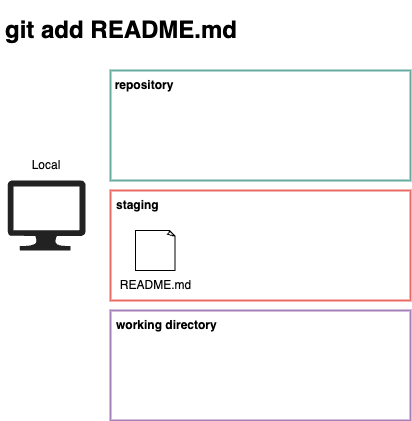
Above: img/01_Start_Git_git-add.png in s-iwakawa/Git_GitHub_Slides (draw.io), before the change. Source tidied: cells renumbered, new cells last; positions are measured from the earlier drawing's top-left corner, leaving out a move shared by most shapes.
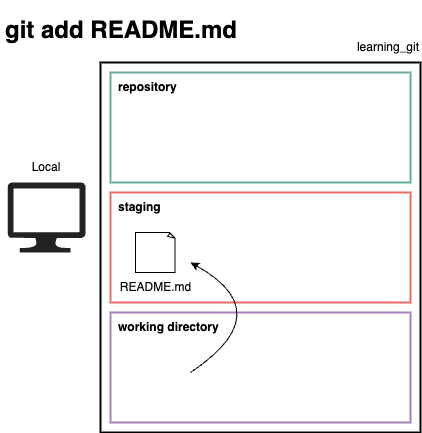
After the change.

The edit, as a diff of the source:
```diff
@@ -2,38 +2,53 @@
   <root>
     <mxCell id="0" />
     <mxCell id="1" parent="0" />
-    <mxCell id="2" style="rounded=0;whiteSpace=wrap;html=1;strokeWidth=2;strokeColor=#67AB9F;" parent="1" vertex="1">
-      <mxGeometry x="110" y="60" width="300" height="110" as="geometry" />
+    <mxCell id="2" style="rounded=0;whiteSpace=wrap;html=1;strokeWidth=2;" parent="1" vertex="1">
+      <mxGeometry x="100" y="50" width="320" height="370" as="geometry" />
     </mxCell>
-    <mxCell id="3" style="sketch=0;shadow=0;dashed=0;html=1;strokeColor=none;labelPosition=center;verticalLabelPosition=bottom;verticalAlign=top;align=center;fillColor=#222222;shape=mxgraph.azure.computer;" parent="1" vertex="1">
-      <mxGeometry x="7.2" y="170" width="77.8" height="70" as="geometry" />
+    <mxCell id="3" value="learning_git" style="text;html=1;align=right;verticalAlign=middle;strokeColor=none;fillColor=none;" parent="1" vertex="1">
+      <mxGeometry x="330" y="20" width="90" height="30" as="geometry" />
     </mxCell>
-    <mxCell id="4" value="Local" style="text;html=1;strokeColor=none;fillColor=none;align=center;verticalAlign=middle;whiteSpace=wrap;rounded=0;" parent="1" vertex="1">
-      <mxGeometry x="16.1" y="140" width="60" height="30" as="geometry" />
+    <mxCell id="4" style="rounded=0;whiteSpace=wrap;html=1;strokeWidth=2;strokeColor=#67AB9F;" parent="1" vertex="1">
+      <mxGeometry x="110" y="60" width="300" height="110" as="geometry" />
     </mxCell>
-    <mxCell id="5" value="repository" style="text;html=1;strokeColor=none;fillColor=none;align=center;verticalAlign=middle;whiteSpace=wrap;rounded=0;fontStyle=1;" parent="1" vertex="1">
-      <mxGeometry x="114" y="60" width="60" height="30" as="geometry" />
+    <mxCell id="5" style="sketch=0;shadow=0;dashed=0;html=1;strokeColor=none;labelPosition=center;verticalLabelPosition=bottom;verticalAlign=top;align=center;fillColor=#222222;shape=mxgraph.azure.computer;" parent="1" vertex="1">
+      <mxGeometry x="7.2" y="170" width="77.8" height="70" as="geometry" />
     </mxCell>
-    <mxCell id="6" style="rounded=0;whiteSpace=wrap;html=1;strokeWidth=2;strokeColor=#EA6B66;" parent="1" vertex="1">
-      <mxGeometry x="110" y="180" width="300" height="110" as="geometry" />
+    <mxCell id="6" value="Local" style="text;html=1;strokeColor=none;fillColor=none;align=center;verticalAlign=middle;whiteSpace=wrap;rounded=0;" parent="1" vertex="1">
+      <mxGeometry x="16.1" y="140" width="60" height="30" as="geometry" />
     </mxCell>
-    <mxCell id="7" value="staging" style="text;html=1;strokeColor=none;fillColor=none;align=left;verticalAlign=middle;whiteSpace=wrap;rounded=0;fontStyle=1;" parent="1" vertex="1">
-      <mxGeometry x="114" y="180" width="60" height="30" as="geometry" />
+    <mxCell id="7" value="repository" style="text;html=1;strokeColor=none;fillColor=none;align=left;verticalAlign=middle;whiteSpace=wrap;rounded=0;fontStyle=1;" parent="1" vertex="1">
+      <mxGeometry x="116" y="60" width="60" height="30" as="geometry" />
     </mxCell>
-    <mxCell id="8" style="rounded=0;whiteSpace=wrap;html=1;strokeWidth=2;strokeColor=#A680B8;" parent="1" vertex="1">
-      <mxGeometry x="110" y="300" width="300" height="110" as="geometry" />
+    <mxCell id="8" style="rounded=0;whiteSpace=wrap;html=1;strokeWidth=2;strokeColor=#EA6B66;" parent="1" vertex="1">
+      <mxGeometry x="110" y="180" width="300" height="110" as="geometry" />
     </mxCell>
-    <mxCell id="9" value="working directory" style="text;html=1;strokeColor=none;fillColor=none;align=left;verticalAlign=middle;whiteSpace=wrap;rounded=0;fontStyle=1;" parent="1" vertex="1">
-      <mxGeometry x="114" y="300" width="116" height="30" as="geometry" />
+    <mxCell id="9" value="staging" style="text;html=1;strokeColor=none;fillColor=none;align=left;verticalAlign=middle;whiteSpace=wrap;rounded=0;fontStyle=1;" parent="1" vertex="1">
+      <mxGeometry x="116" y="180" width="60" height="30" as="geometry" />
     </mxCell>
-    <mxCell id="10" style="whiteSpace=wrap;html=1;shape=mxgraph.basic.document;" parent="1" vertex="1">
-      <mxGeometry x="135" y="220" width="40" height="40" as="geometry" />
+    <mxCell id="10" style="rounded=0;whiteSpace=wrap;html=1;strokeWidth=2;strokeColor=#A680B8;" parent="1" vertex="1">
+      <mxGeometry x="110" y="300" width="300" height="110" as="geometry" />
     </mxCell>
-    <mxCell id="11" value="README.md" style="text;html=1;align=center;verticalAlign=middle;strokeColor=none;fillColor=none;" parent="1" vertex="1">
-      <mxGeometry x="110" y="260" width="90" height="30" as="geometry" />
+    <mxCell id="11" value="working directory" style="text;html=1;strokeColor=none;fillColor=none;align=left;verticalAlign=middle;whiteSpace=wrap;rounded=0;fontStyle=1;" parent="1" vertex="1">
+      <mxGeometry x="116" y="300" width="116" height="30" as="geometry" />
     </mxCell>
-    <mxCell id="12" value="&lt;h1&gt;git add README.md&lt;/h1&gt;" style="text;html=1;strokeColor=none;fillColor=none;spacing=5;spacingTop=-20;whiteSpace=wrap;overflow=hidden;rounded=0;" parent="1" vertex="1">
-      <mxGeometry width="270" height="70" as="geometry" />
+    <mxCell id="12" style="whiteSpace=wrap;html=1;shape=mxgraph.basic.document;" parent="1" vertex="1">
+      <mxGeometry x="135" y="220" width="40" height="40" as="geometry" />
     </mxCell>
+    <mxCell id="13" value="README.md" style="text;html=1;align=center;verticalAlign=middle;strokeColor=none;fillColor=none;" parent="1" vertex="1">
+      <mxGeometry x="110" y="260" width="90" height="30" as="geometry" />
+    </mxCell>
+    <mxCell id="14" value="&lt;h1&gt;git add README.md&lt;/h1&gt;" style="text;html=1;strokeColor=none;fillColor=none;spacing=5;spacingTop=-20;whiteSpace=wrap;overflow=hidden;rounded=0;" parent="1" vertex="1">
+      <mxGeometry y="-2" width="270" height="70" as="geometry" />
+    </mxCell>
+    <mxCell id="15" style="endArrow=classic;html=1;curved=1;" parent="1" edge="1">
+      <mxGeometry relative="1" as="geometry">
+        <mxPoint x="190" y="360" as="sourcePoint" />
+        <mxPoint x="190" y="250" as="targetPoint" />
+        <Array as="points">
+          <mxPoint x="280" y="300" />
+        </Array>
+      </mxGeometry>
+    </mxCell>
   </root>
 </mxGraphModel>
```
